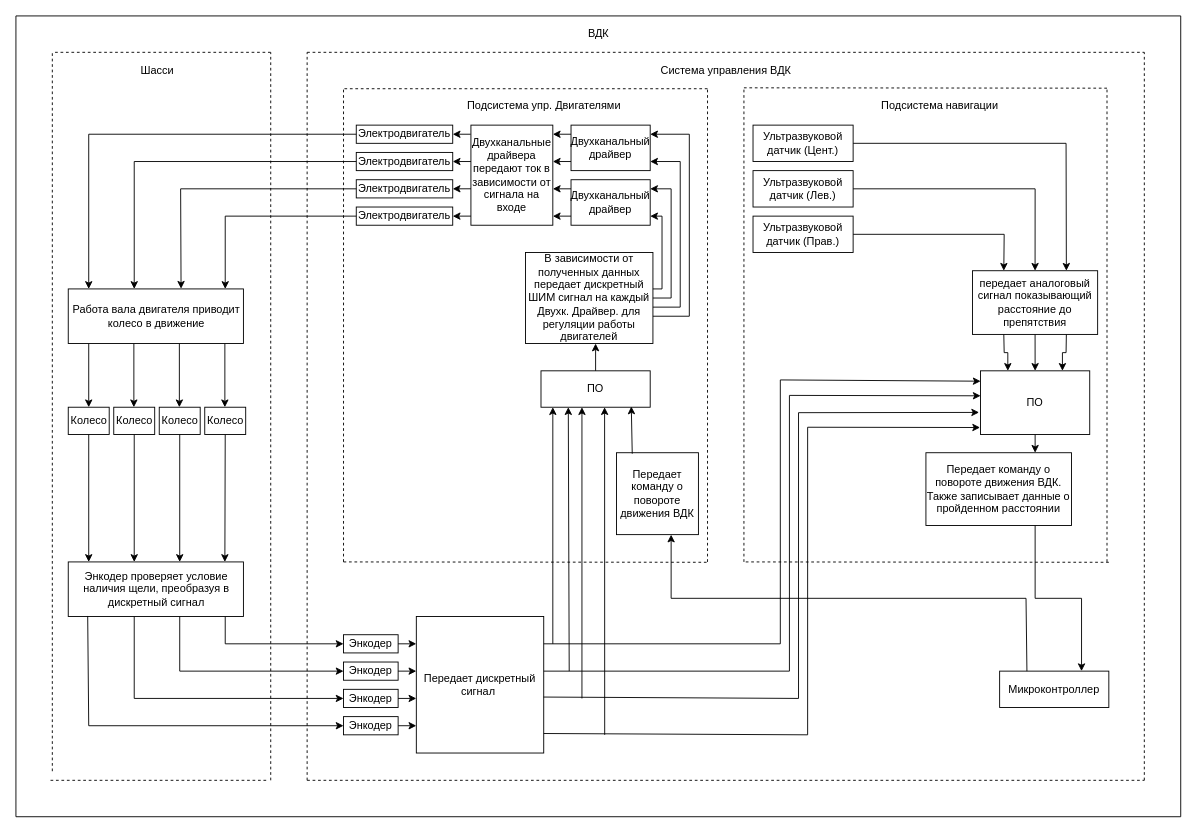
Above: Наработки/Функциональная схема.drawio in AlexRussellGit/VKR---Russell-Alexander (draw.io), before the change. Source tidied: cells renumbered, new cells numbered last; positions are measured from the earlier drawing's top-left corner, leaving out a move shared by most shapes. Both pictures are drawn from the tidied source at 91%, with x=0, y=0 at pixel (15, 15).
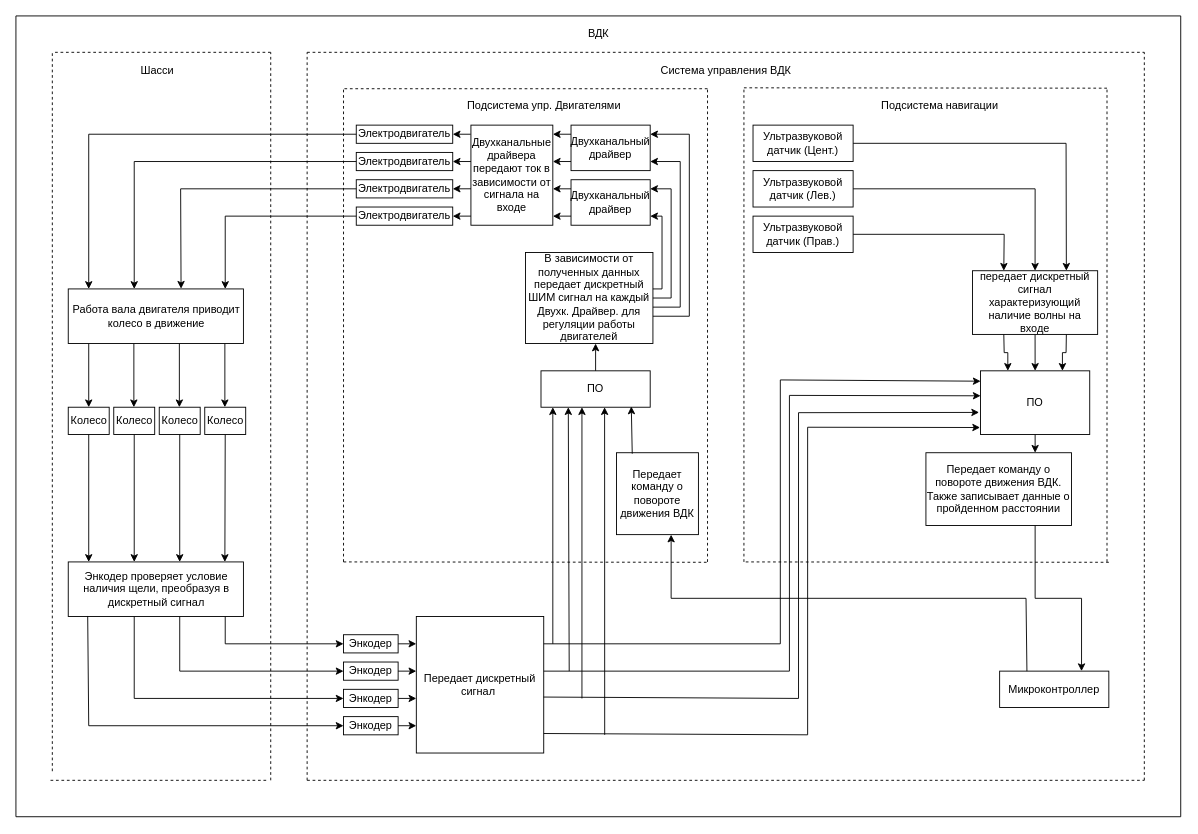
After the change.

Diff of the diagram source:
```diff
@@
-    <mxCell id="57" value="передает аналоговый сигнал показывающий расстояние до препятствия" style="rounded=0;whiteSpace=wrap;html=1;" parent="1" vertex="1">
+    <mxCell id="57" value="передает дискретный сигнал характеризующий наличие волны на входе" style="rounded=0;whiteSpace=wrap;html=1;" parent="1" vertex="1">
       <mxGeometry x="1051.2" y="280" width="137.5" height="70" as="geometry" />
     </mxCell>
```
